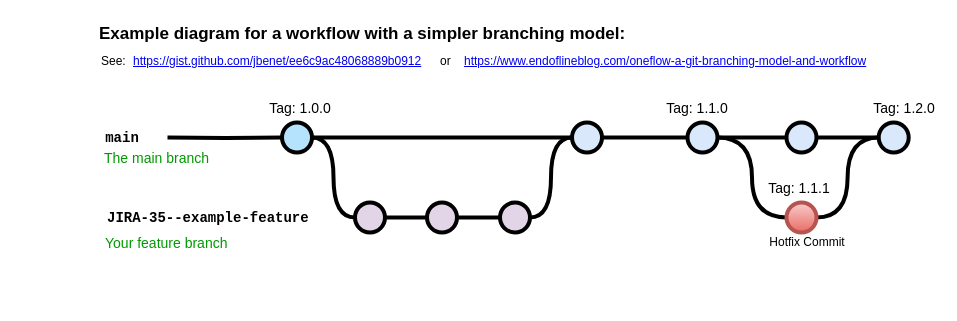
Earlier version of the draw.io diagram Untitled Diagram.drawio (fred-thevenon/git-reminder). Source tidied: cells renumbered, new cells numbered last; positions are measured from the earlier drawing's top-left corner, leaving out a move shared by most shapes. Both pictures are drawn from the tidied source at 100%, with x=0, y=0 at pixel (97, 17).
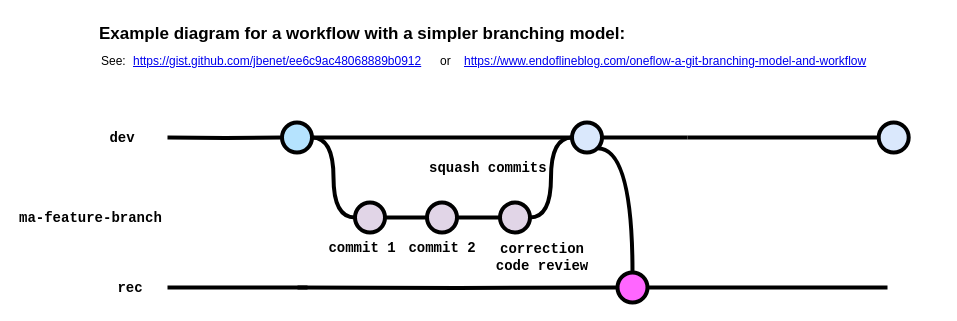
The same diagram, later.

The change refers to these unchanged cells:
```xml
<mxCell id="9" style="verticalLabelPosition=bottom;verticalAlign=top;html=1;strokeWidth=4;shape=mxgraph.flowchart.on-page_reference;plain-blue;gradientColor=none;strokeColor=#000000;" parent="1" vertex="1">
  <mxGeometry x="474.5" y="105" width="30" height="30" as="geometry" />
</mxCell>
<mxCell id="15" style="verticalLabelPosition=bottom;verticalAlign=top;html=1;strokeWidth=4;shape=mxgraph.flowchart.on-page_reference;plain-blue;gradientColor=none;strokeColor=#000000;" parent="1" vertex="1">
  <mxGeometry x="781.2" y="105" width="30" height="30" as="geometry" />
</mxCell>
```

What changed in the source:
```diff
@@
-    <mxCell id="8" style="edgeStyle=orthogonalEdgeStyle;curved=1;rounded=0;jettySize=auto;html=1;endArrow=none;endFill=0;strokeWidth=4;fontFamily=Courier New;fontSize=16;" parent="1" edge="1" source="9" target="12">
-      <mxGeometry relative="1" as="geometry" />
+    <mxCell id="8" style="edgeStyle=orthogonalEdgeStyle;curved=1;rounded=0;jettySize=auto;html=1;endArrow=none;endFill=0;strokeWidth=4;fontFamily=Courier New;fontSize=16;" parent="1" edge="1" source="9">
+      <mxGeometry relative="1" as="geometry">
+        <mxPoint x="590" y="120" as="targetPoint" />
+      </mxGeometry>
     </mxCell>
@@
-    <mxCell id="10" style="edgeStyle=orthogonalEdgeStyle;curved=1;rounded=0;jettySize=auto;html=1;endArrow=none;endFill=0;strokeWidth=4;fontFamily=Courier New;fontSize=16;" parent="1" edge="1" source="12" target="14">
-      <mxGeometry relative="1" as="geometry" />
+    <mxCell id="10" style="edgeStyle=orthogonalEdgeStyle;curved=1;rounded=0;orthogonalLoop=1;jettySize=auto;html=1;endArrow=none;endFill=0;strokeWidth=4;fontFamily=Courier New;fontSize=16;" parent="1" edge="1">
+      <mxGeometry relative="1" as="geometry">
+        <mxPoint x="590" y="120" as="sourcePoint" />
+        <mxPoint x="780" y="120" as="targetPoint" />
+      </mxGeometry>
     </mxCell>
-    <mxCell id="11" style="edgeStyle=orthogonalEdgeStyle;curved=1;rounded=0;jettySize=auto;html=1;endArrow=none;endFill=0;strokeWidth=4;fontFamily=Courier New;fontSize=16;entryX=0;entryY=0.5;entryDx=0;entryDy=0;entryPerimeter=0;" parent="1" edge="1" source="12" target="32">
-      <mxGeometry relative="1" as="geometry" />
-    </mxCell>
-    <mxCell id="12" style="verticalLabelPosition=bottom;verticalAlign=top;html=1;strokeWidth=4;shape=mxgraph.flowchart.on-page_reference;plain-blue;gradientColor=none;strokeColor=#000000;" parent="1" vertex="1">
-      <mxGeometry x="590" y="105" width="30" height="30" as="geometry" />
-    </mxCell>
-    <mxCell id="13" style="edgeStyle=orthogonalEdgeStyle;curved=1;rounded=0;jettySize=auto;html=1;endArrow=none;endFill=0;strokeWidth=4;fontFamily=Courier New;fontSize=16;" parent="1" edge="1" source="14" target="15">
-      <mxGeometry relative="1" as="geometry" />
-    </mxCell>
-    <mxCell id="14" style="verticalLabelPosition=bottom;verticalAlign=top;html=1;strokeWidth=4;shape=mxgraph.flowchart.on-page_reference;plain-blue;gradientColor=none;strokeColor=#000000;" parent="1" vertex="1">
-      <mxGeometry x="689" y="105" width="30" height="30" as="geometry" />
-    </mxCell>
@@
-    <mxCell id="17" value="main" style="text;html=1;strokeColor=none;fillColor=none;align=center;verticalAlign=middle;whiteSpace=wrap;overflow=hidden;fontSize=14;fontStyle=1;fontFamily=Courier New;" parent="1" vertex="1">
+    <mxCell id="17" value="dev" style="text;html=1;strokeColor=none;fillColor=none;align=center;verticalAlign=middle;whiteSpace=wrap;overflow=hidden;fontSize=14;fontStyle=1;fontFamily=Courier New;" parent="1" vertex="1">
       <mxGeometry y="110" width="50" height="20" as="geometry" />
     </mxCell>
@@
-    <mxCell id="24" value="JIRA-35--example-feature" style="text;html=1;strokeColor=none;fillColor=none;align=left;verticalAlign=middle;whiteSpace=wrap;overflow=hidden;fontSize=14;fontStyle=1;fontFamily=Courier New;" parent="1" vertex="1">
-      <mxGeometry x="7.5" y="190" width="240" height="20" as="geometry" />
+    <mxCell id="24" value="ma-feature-branch" style="text;html=1;strokeColor=none;fillColor=none;align=left;verticalAlign=middle;whiteSpace=wrap;overflow=hidden;fontSize=14;fontStyle=1;fontFamily=Courier New;" parent="1" vertex="1">
+      <mxGeometry x="-80" y="190" width="160" height="20" as="geometry" />
     </mxCell>
-    <mxCell id="25" value="The main branch&lt;br&gt;" style="text;html=1;strokeColor=none;fillColor=none;align=left;verticalAlign=middle;whiteSpace=wrap;overflow=hidden;fontSize=14;fontStyle=0;fontColor=#009900;" parent="1" vertex="1">
-      <mxGeometry x="5.2" y="130" width="132.2" height="20" as="geometry" />
-    </mxCell>
-    <mxCell id="26" value="Your feature branch" style="text;html=1;strokeColor=none;fillColor=none;align=left;verticalAlign=middle;whiteSpace=wrap;overflow=hidden;fontSize=14;fontStyle=0;fontColor=#009900;" parent="1" vertex="1">
-      <mxGeometry x="6.2" y="215" width="202.2" height="20" as="geometry" />
-    </mxCell>
-    <mxCell id="27" value="Tag: 1.0.0" style="text;html=1;strokeColor=none;fillColor=none;align=center;verticalAlign=middle;whiteSpace=wrap;overflow=hidden;fontSize=14;" parent="1" vertex="1">
-      <mxGeometry x="168.4" y="80" width="70" height="20" as="geometry" />
-    </mxCell>
-    <mxCell id="28" value="Tag: 1.1.0" style="text;html=1;strokeColor=none;fillColor=none;align=center;verticalAlign=middle;whiteSpace=wrap;overflow=hidden;fontSize=14;" parent="1" vertex="1">
-      <mxGeometry x="564.5" y="80" width="70" height="20" as="geometry" />
-    </mxCell>
@@
-    <mxCell id="31" style="edgeStyle=orthogonalEdgeStyle;curved=1;rounded=0;jettySize=auto;html=1;endArrow=none;endFill=0;strokeWidth=4;fontFamily=Courier New;fontSize=16;entryX=0;entryY=0.5;entryDx=0;entryDy=0;entryPerimeter=0;" parent="1" edge="1" source="32" target="15">
-      <mxGeometry relative="1" as="geometry" />
-    </mxCell>
-    <mxCell id="32" style="verticalLabelPosition=bottom;verticalAlign=top;html=1;strokeWidth=4;shape=mxgraph.flowchart.on-page_reference;plain-blue;gradientColor=#EA6B66;strokeColor=#B85450;fillColor=#F8CECC;" parent="1" vertex="1">
-      <mxGeometry x="689" y="185" width="30" height="30" as="geometry" />
-    </mxCell>
-    <mxCell id="33" value="Hotfix Commit" style="text;html=1;strokeColor=none;fillColor=none;align=center;verticalAlign=middle;whiteSpace=wrap;overflow=hidden;" parent="1" vertex="1">
-      <mxGeometry x="669.5" y="210" width="80" height="30" as="geometry" />
-    </mxCell>
-    <mxCell id="34" value="Tag: 1.1.1" style="text;html=1;strokeColor=none;fillColor=none;align=center;verticalAlign=middle;whiteSpace=wrap;overflow=hidden;fontSize=14;" parent="1" vertex="1">
-      <mxGeometry x="666.8" y="160" width="70" height="20" as="geometry" />
-    </mxCell>
-    <mxCell id="35" value="Tag: 1.2.0" style="text;html=1;strokeColor=none;fillColor=none;align=center;verticalAlign=middle;whiteSpace=wrap;overflow=hidden;fontSize=14;" parent="1" vertex="1">
-      <mxGeometry x="772.2" y="80" width="70" height="20" as="geometry" />
-    </mxCell>
+    <mxCell id="36" style="edgeStyle=orthogonalEdgeStyle;rounded=0;html=1;jettySize=auto;plain-blue;endArrow=none;endFill=0;strokeWidth=4;strokeColor=#000000;" parent="1" edge="1" target="37">
+      <mxGeometry x="304.5" y="330" as="geometry">
+        <mxPoint x="200" y="270" as="sourcePoint" />
+      </mxGeometry>
+    </mxCell>
+    <mxCell id="37" style="verticalLabelPosition=bottom;verticalAlign=top;html=1;strokeWidth=4;shape=mxgraph.flowchart.on-page_reference;plain-blue;gradientColor=none;strokeColor=#000000;fillColor=#FF66FF;" parent="1" vertex="1">
+      <mxGeometry x="520" y="255" width="30" height="30" as="geometry" />
+    </mxCell>
+    <mxCell id="38" style="edgeStyle=orthogonalEdgeStyle;curved=1;rounded=0;jettySize=auto;html=1;endArrow=none;endFill=0;strokeWidth=4;fontFamily=Courier New;fontSize=16;exitX=1;exitY=0.5;exitDx=0;exitDy=0;exitPerimeter=0;" parent="1" edge="1" source="37">
+      <mxGeometry relative="1" as="geometry">
+        <mxPoint x="790" y="270" as="targetPoint" />
+      </mxGeometry>
+    </mxCell>
+    <mxCell id="39" style="edgeStyle=orthogonalEdgeStyle;rounded=0;html=1;jettySize=auto;orthogonalLoop=1;strokeWidth=4;endArrow=none;endFill=0;" parent="1" edge="1">
+      <mxGeometry x="204.5" y="330" as="geometry">
+        <mxPoint x="70" y="270" as="sourcePoint" />
+        <mxPoint x="210" y="270" as="targetPoint" />
+      </mxGeometry>
+    </mxCell>
+    <mxCell id="40" style="edgeStyle=orthogonalEdgeStyle;curved=1;rounded=0;html=1;exitX=0.855;exitY=0.855;exitPerimeter=0;entryX=0.5;entryY=0;entryPerimeter=0;endArrow=none;endFill=0;jettySize=auto;strokeWidth=4;fontSize=15;entryDx=0;entryDy=0;exitDx=0;exitDy=0;" parent="1" edge="1" source="9" target="37">
+      <mxGeometry relative="1" as="geometry" />
+    </mxCell>
+    <mxCell id="41" value="rec" style="text;html=1;strokeColor=none;fillColor=none;align=center;verticalAlign=middle;whiteSpace=wrap;overflow=hidden;fontSize=14;fontStyle=1;fontFamily=Courier New;" parent="1" vertex="1">
+      <mxGeometry x="7.5" y="260" width="50" height="20" as="geometry" />
+    </mxCell>
+    <mxCell id="42" value="commit 1" style="text;html=1;strokeColor=none;fillColor=none;align=center;verticalAlign=middle;whiteSpace=wrap;overflow=hidden;fontSize=14;fontStyle=1;fontFamily=Courier New;" parent="1" vertex="1">
+      <mxGeometry x="230" y="220" width="70" height="20" as="geometry" />
+    </mxCell>
+    <mxCell id="43" value="commit 2" style="text;html=1;strokeColor=none;fillColor=none;align=center;verticalAlign=middle;whiteSpace=wrap;overflow=hidden;fontSize=14;fontStyle=1;fontFamily=Courier New;" parent="1" vertex="1">
+      <mxGeometry x="310" y="220" width="70" height="20" as="geometry" />
+    </mxCell>
+    <mxCell id="44" value="correction code review" style="text;html=1;strokeColor=none;fillColor=none;align=center;verticalAlign=middle;whiteSpace=wrap;overflow=hidden;fontSize=14;fontStyle=1;fontFamily=Courier New;" parent="1" vertex="1">
+      <mxGeometry x="390" y="220" width="110" height="40" as="geometry" />
+    </mxCell>
+    <mxCell id="45" value="squash commits" style="text;html=1;strokeColor=none;fillColor=none;align=left;verticalAlign=middle;whiteSpace=wrap;overflow=hidden;fontSize=14;fontStyle=1;fontFamily=Courier New;" parent="1" vertex="1">
+      <mxGeometry x="329.5" y="140" width="160" height="20" as="geometry" />
+    </mxCell>
```
